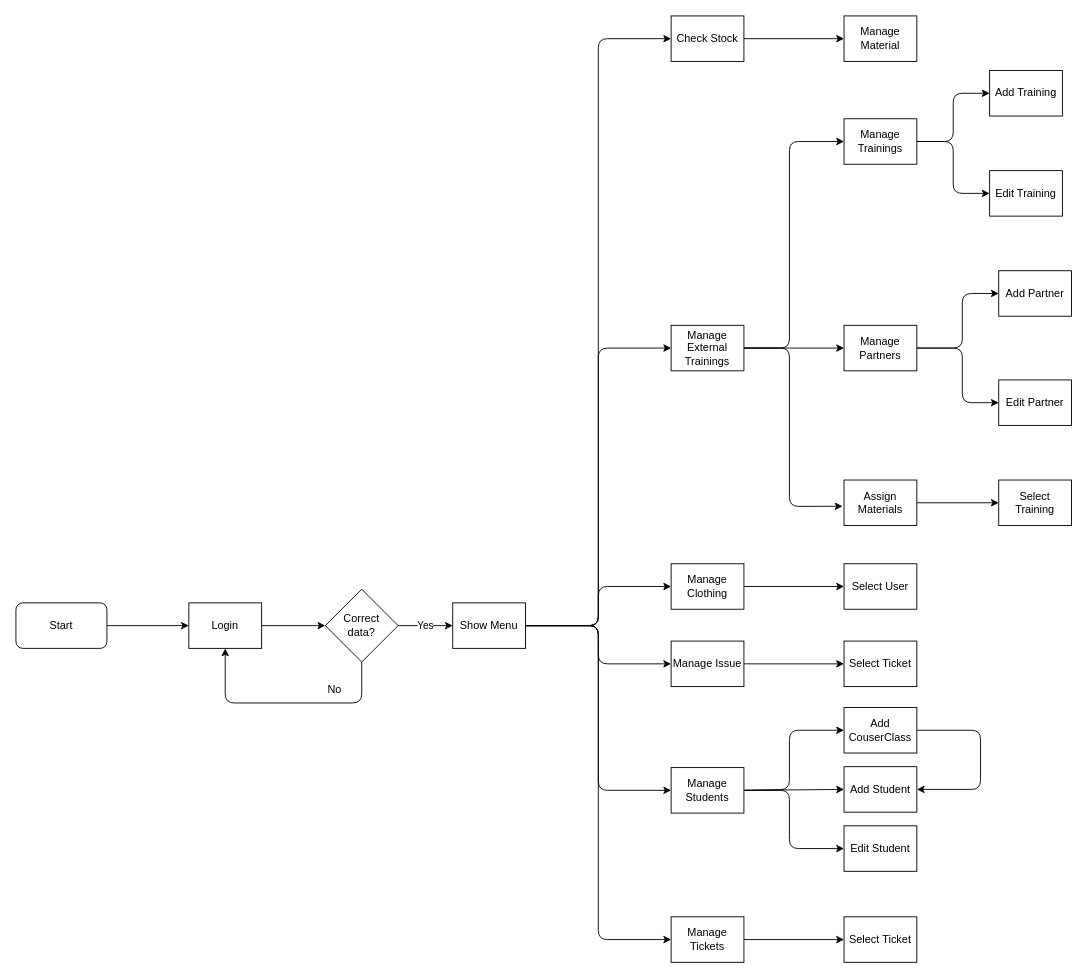
Above: Planning/Diagramas/UI Flow Diagram/UIFlowDiagramTechnician_v1.5.drawio in ClaudioRSGit/AtecGestPro (draw.io), before the change. Source tidied: cells renumbered, new cells numbered last; positions are measured from the earlier drawing's top-left corner, leaving out a move shared by most shapes. Both pictures are drawn from the tidied source at 91%, with x=0, y=0 at pixel (15, 15).
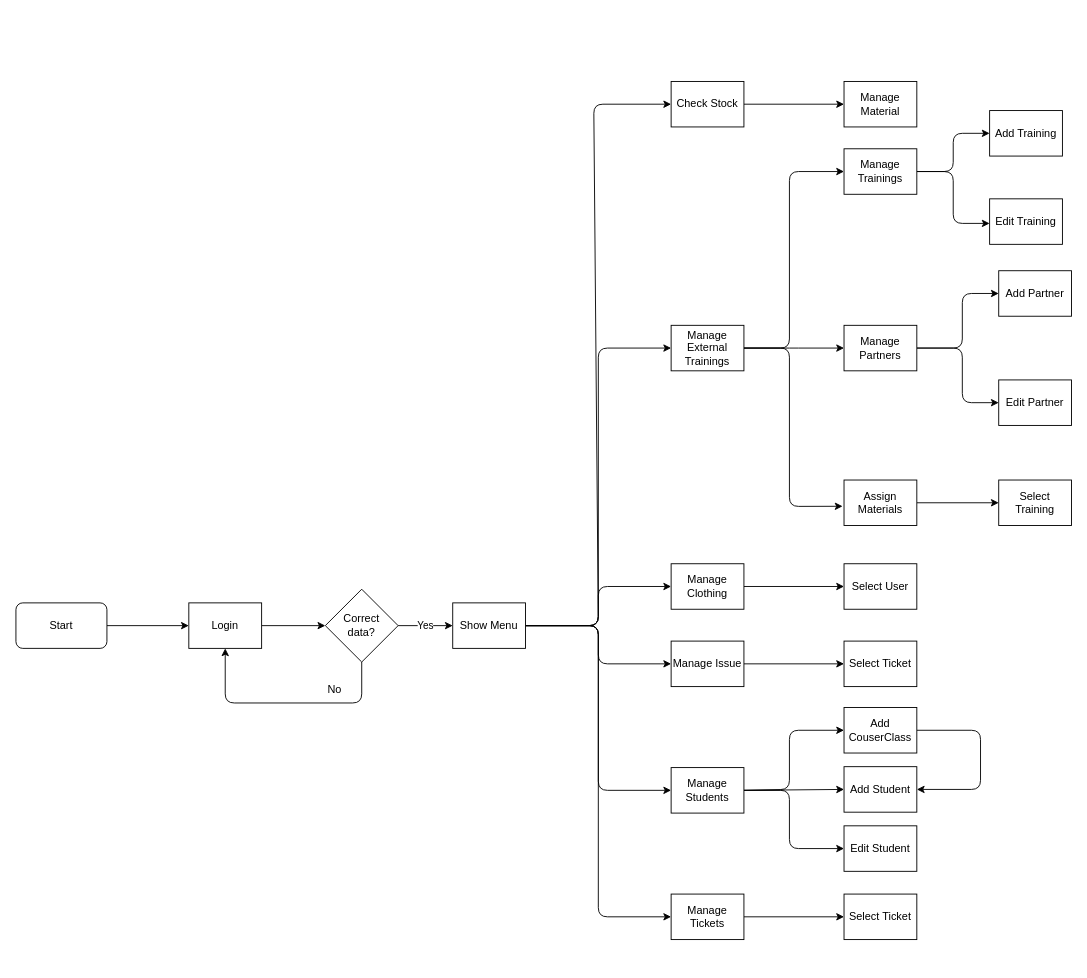
Above is the later version.

Unchanged cells that the change refers to:
```xml
<mxCell id="16" value="Show Menu" style="rounded=0;whiteSpace=wrap;html=1;" parent="1" vertex="1">
  <mxGeometry x="480" y="645" width="80" height="50" as="geometry" />
</mxCell>
<mxCell id="22" value="Manage External Trainings" style="rounded=0;whiteSpace=wrap;html=1;" parent="1" vertex="1">
  <mxGeometry x="720" y="340" width="80" height="50" as="geometry" />
</mxCell>
```

The edit, as a diff of the source:
```diff
@@
     <mxCell id="11" style="edgeStyle=none;html=1;exitX=1;exitY=0.5;exitDx=0;exitDy=0;entryX=0;entryY=0.5;entryDx=0;entryDy=0;" parent="1" edge="1" source="16" target="18">
       <mxGeometry relative="1" as="geometry">
         <Array as="points">
           <mxPoint x="640" y="670" />
-          <mxPoint x="640" y="25" />
+          <mxPoint x="635" y="97" />
         </Array>
       </mxGeometry>
     </mxCell>
@@
     <mxCell id="15" style="edgeStyle=none;html=1;exitX=1;exitY=0.5;exitDx=0;exitDy=0;entryX=0;entryY=0.5;entryDx=0;entryDy=0;" parent="1" edge="1" source="16" target="52">
       <mxGeometry relative="1" as="geometry">
         <Array as="points">
           <mxPoint x="640" y="670" />
-          <mxPoint x="640" y="1015" />
+          <mxPoint x="640" y="990" />
         </Array>
       </mxGeometry>
     </mxCell>
@@
     <mxCell id="18" value="Check Stock" style="rounded=0;whiteSpace=wrap;html=1;" parent="1" vertex="1">
-      <mxGeometry x="720" width="80" height="50" as="geometry" />
+      <mxGeometry x="720" y="72" width="80" height="50" as="geometry" />
     </mxCell>
     <mxCell id="19" style="edgeStyle=none;html=1;exitX=1;exitY=0.5;exitDx=0;exitDy=0;entryX=0;entryY=0.5;entryDx=0;entryDy=0;" parent="1" edge="1" source="22" target="34">
       <mxGeometry relative="1" as="geometry">
         <Array as="points">
           <mxPoint x="850" y="365" />
-          <mxPoint x="850" y="138" />
+          <mxPoint x="850" y="171" />
         </Array>
       </mxGeometry>
     </mxCell>
@@
     <mxCell id="31" value="Manage Material" style="rounded=0;whiteSpace=wrap;html=1;" parent="1" vertex="1">
-      <mxGeometry x="910" width="80" height="50" as="geometry" />
+      <mxGeometry x="910" y="72" width="80" height="50" as="geometry" />
     </mxCell>
     <mxCell id="32" style="edgeStyle=none;html=1;exitX=1;exitY=0.5;exitDx=0;exitDy=0;" parent="1" edge="1" source="34" target="45">
       <mxGeometry relative="1" as="geometry">
         <Array as="points">
-          <mxPoint x="1030" y="138" />
-          <mxPoint x="1030" y="85" />
+          <mxPoint x="1030" y="171" />
+          <mxPoint x="1030" y="129" />
         </Array>
       </mxGeometry>
     </mxCell>
-    <mxCell id="33" style="edgeStyle=none;html=1;exitX=1;exitY=0.5;exitDx=0;exitDy=0;entryX=0;entryY=0.5;entryDx=0;entryDy=0;" parent="1" edge="1" source="34" target="50">
+    <mxCell id="33" style="edgeStyle=none;html=1;exitX=1;exitY=0.5;exitDx=0;exitDy=0;entryX=0;entryY=0.5;entryDx=0;entryDy=0;" parent="1" edge="1" source="34">
       <mxGeometry relative="1" as="geometry">
+        <mxPoint x="1070" y="228" as="targetPoint" />
         <Array as="points">
-          <mxPoint x="1030" y="138" />
-          <mxPoint x="1030" y="195" />
+          <mxPoint x="1030" y="171" />
+          <mxPoint x="1030" y="228" />
         </Array>
       </mxGeometry>
     </mxCell>
     <mxCell id="34" value="Manage Trainings" style="rounded=0;whiteSpace=wrap;html=1;" parent="1" vertex="1">
-      <mxGeometry x="910" y="113" width="80" height="50" as="geometry" />
+      <mxGeometry x="910" y="146" width="80" height="50" as="geometry" />
     </mxCell>
@@
     <mxCell id="45" value="Add Training" style="rounded=0;whiteSpace=wrap;html=1;" parent="1" vertex="1">
-      <mxGeometry x="1070" y="60" width="80" height="50" as="geometry" />
+      <mxGeometry x="1070" y="104" width="80" height="50" as="geometry" />
     </mxCell>
@@
     <mxCell id="50" value="Edit Training" style="rounded=0;whiteSpace=wrap;html=1;" parent="1" vertex="1">
-      <mxGeometry x="1070" y="170" width="80" height="50" as="geometry" />
+      <mxGeometry x="1070" y="201" width="80" height="50" as="geometry" />
     </mxCell>
@@
     <mxCell id="52" value="Manage Tickets" style="rounded=0;whiteSpace=wrap;html=1;" parent="1" vertex="1">
-      <mxGeometry x="720" y="990" width="80" height="50" as="geometry" />
+      <mxGeometry x="720" y="965" width="80" height="50" as="geometry" />
     </mxCell>
     <mxCell id="53" value="Select Ticket" style="rounded=0;whiteSpace=wrap;html=1;" parent="1" vertex="1">
-      <mxGeometry x="910" y="990" width="80" height="50" as="geometry" />
+      <mxGeometry x="910" y="965" width="80" height="50" as="geometry" />
     </mxCell>
```
